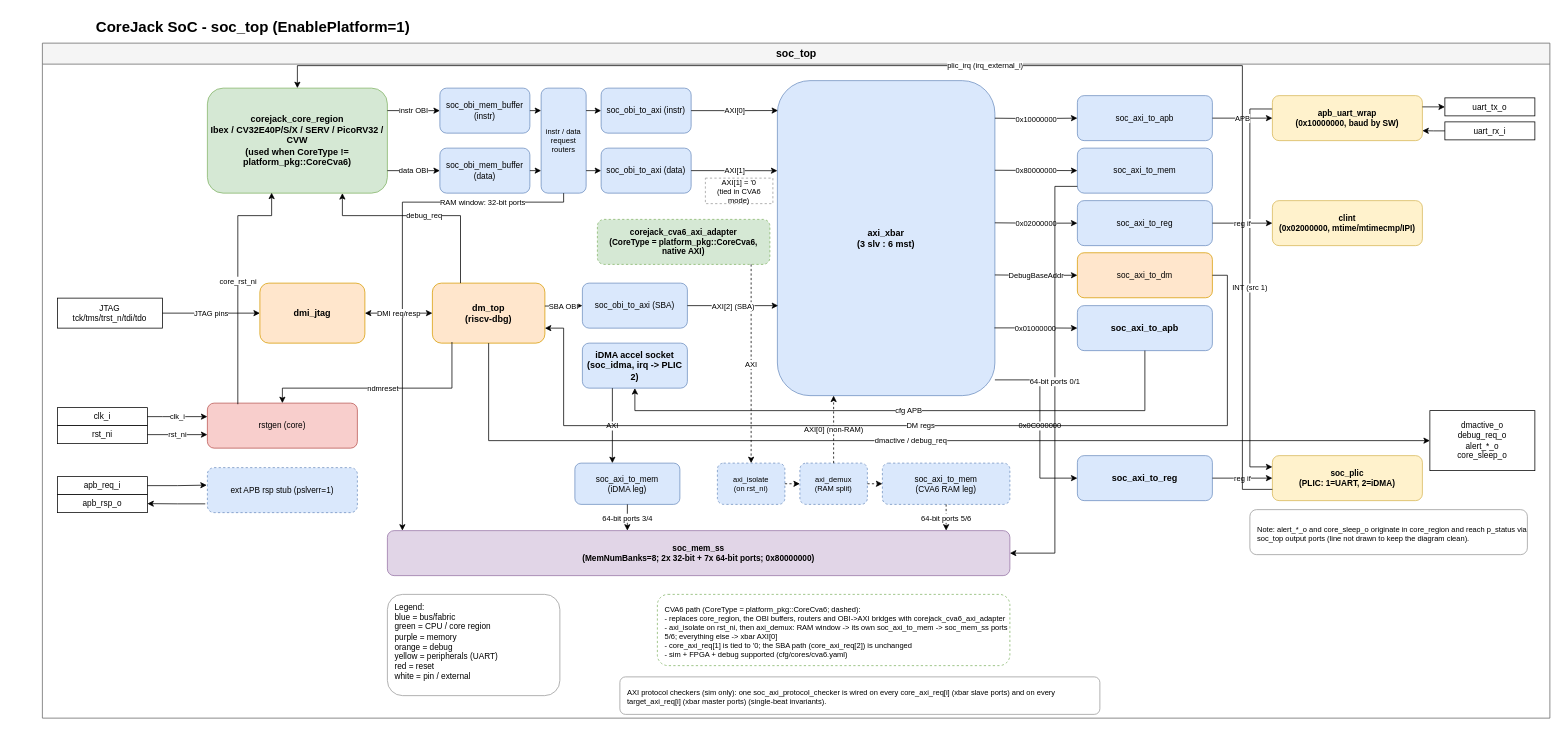
Before: page "SoC Top-Level" (1 of 8) of docs/source/media/corejack_soc.drawio in patrickerich/corejack, a draw.io diagram. Source tidied: cells renumbered, new cells numbered last; positions are measured from the earlier drawing's top-left corner, leaving out a move shared by most shapes. Both pictures are drawn from the tidied source at 75%, with x=0, y=0 at pixel (13, 13).
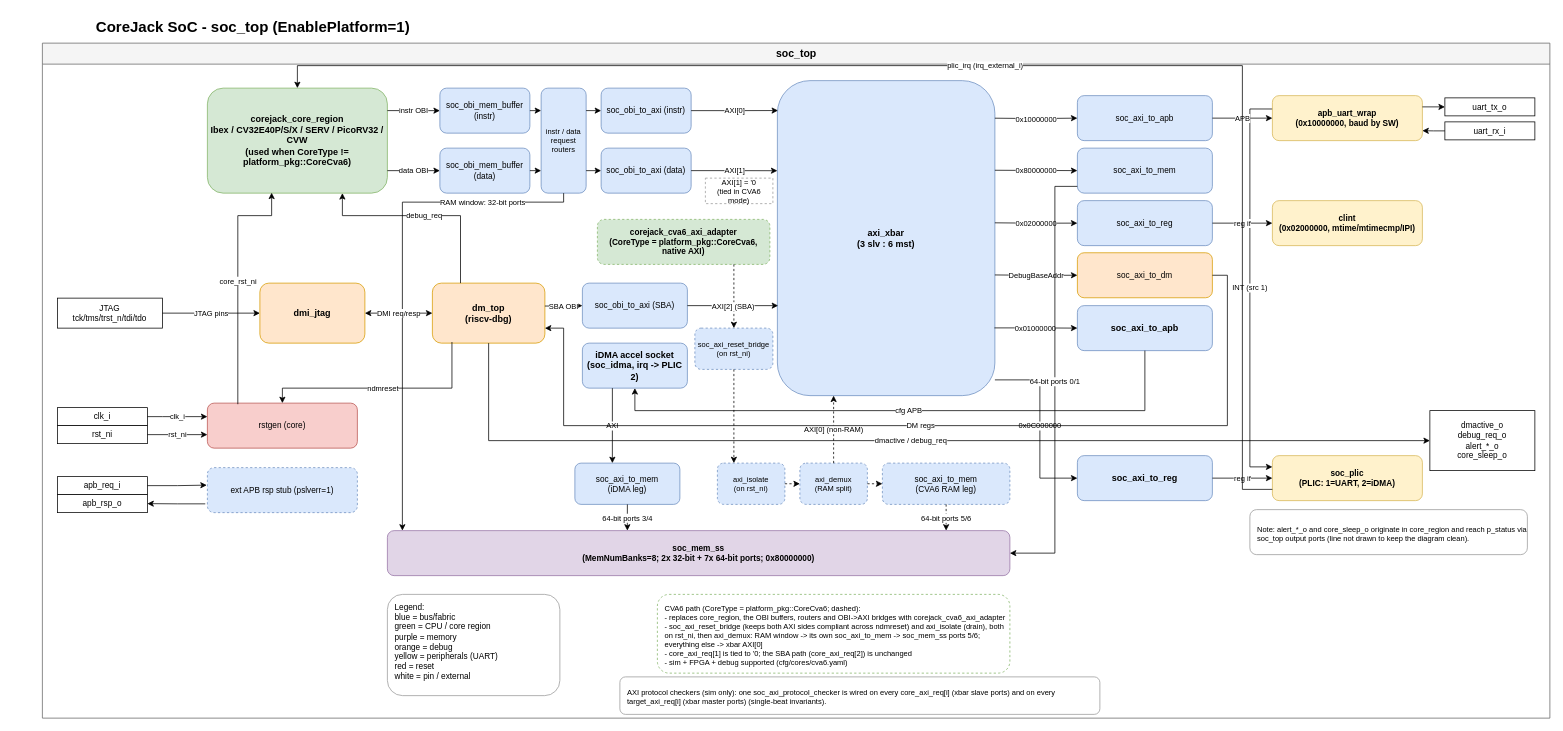
The same page after the edit.

Commit message (it also covers changes not shown here):
Show the CVA6 reset bridge in the SoC diagrams

Add soc_axi_reset_bridge between the CVA6 adapter and axi_isolate on
the SoC top-level and AXI fabric tabs, and say in the CVA6 note what
the bridge and the isolate stage each do.

The change refers to these unchanged cells:
```xml
<mxCell id="3" value="soc_top" style="swimlane;fontSize=14;fontStyle=1;html=1;startSize=28;fillColor=#F5F5F5;strokeColor=#666666;swimlaneFillColor=#FFFFFF;" parent="1" vertex="1">
  <mxGeometry x="39" y="40" width="2010" height="900" as="geometry" />
</mxCell>
<mxCell id="13" value="corejack_cva6_axi_adapter&#10;(CoreType = platform_pkg::CoreCva6, native AXI)" style="rounded=1;whiteSpace=wrap;html=1;fillColor=#d5e8d4;strokeColor=#82b366;fontSize=11;fontStyle=1;verticalAlign=middle;dashed=1;" parent="3" vertex="1">
  <mxGeometry x="740" y="235" width="230" height="60" as="geometry" />
</mxCell>
<mxCell id="14" value="axi_isolate&#10;(on rst_ni)" style="rounded=1;whiteSpace=wrap;html=1;fillColor=#dae8fc;strokeColor=#6c8ebf;fontSize=11;verticalAlign=middle;dashed=1;fontSize=10;" parent="3" vertex="1">
  <mxGeometry x="900" y="560" width="90" height="55" as="geometry" />
</mxCell>
```

Change to the diagram source:
```diff
@@
+    <mxCell id="89" value="soc_axi_reset_bridge&#10;(on rst_ni)" style="rounded=1;whiteSpace=wrap;html=1;fillColor=#dae8fc;strokeColor=#6c8ebf;fontSize=10;verticalAlign=middle;dashed=1;" parent="3" vertex="1">
+      <mxGeometry x="870" y="380" width="104" height="55" as="geometry" />
+    </mxCell>
@@
-    <mxCell id="18" value="CVA6 path (CoreType = platform_pkg::CoreCva6; dashed):&#10;- replaces core_region, the OBI buffers, routers and OBI-&gt;AXI bridges with corejack_cva6_axi_adapter&#10;- axi_isolate on rst_ni, then axi_demux: RAM window -&gt; its own soc_axi_to_mem -&gt; soc_mem_ss ports 5/6; everything else -&gt; xbar AXI[0]&#10;- core_axi_req[1] is tied to '0; the SBA path (core_axi_req[2]) is unchanged&#10;- sim + FPGA + debug supported (cfg/cores/cva6.yaml)" style="rounded=1;whiteSpace=wrap;html=1;fillColor=#FFFFFF;strokeColor=#82b366;fontSize=10;align=left;spacingLeft=8;spacingTop=4;dashed=1;" parent="3" vertex="1">
-      <mxGeometry x="820" y="735" width="470" height="95" as="geometry" />
+    <mxCell id="18" value="CVA6 path (CoreType = platform_pkg::CoreCva6; dashed):&#10;- replaces core_region, the OBI buffers, routers and OBI-&gt;AXI bridges with corejack_cva6_axi_adapter&#10;- soc_axi_reset_bridge (keeps both AXI sides compliant across ndmreset) and axi_isolate (drain), both on rst_ni, then axi_demux: RAM window -&gt; its own soc_axi_to_mem -&gt; soc_mem_ss ports 5/6; everything else -&gt; xbar AXI[0]&#10;- core_axi_req[1] is tied to '0; the SBA path (core_axi_req[2]) is unchanged&#10;- sim + FPGA + debug supported (cfg/cores/cva6.yaml)" style="rounded=1;whiteSpace=wrap;html=1;fillColor=#FFFFFF;strokeColor=#82b366;fontSize=10;align=left;spacingLeft=8;spacingTop=4;dashed=1;" parent="3" vertex="1">
+      <mxGeometry x="820" y="735" width="470" height="105" as="geometry" />
     </mxCell>
@@
+    <mxCell id="90" style="endArrow=classic;html=1;edgeStyle=orthogonalEdgeStyle;rounded=0;fontSize=10;dashed=1;exitX=0.5;exitY=1;entryX=0.2444;entryY=0;" parent="3" edge="1" source="89" target="14">
+      <mxGeometry relative="1" as="geometry" />
+    </mxCell>
@@
-    <mxCell id="62" value="AXI" style="endArrow=classic;html=1;edgeStyle=orthogonalEdgeStyle;rounded=0;fontSize=10;dashed=1;exitX=0.8913;exitY=1;entryX=0.5;entryY=0;" parent="3" edge="1" source="13" target="14">
+    <mxCell id="62" style="endArrow=classic;html=1;edgeStyle=orthogonalEdgeStyle;rounded=0;fontSize=10;dashed=1;exitX=0.7913;exitY=1;entryX=0.5;entryY=0;" parent="3" edge="1" source="13" target="89">
       <mxGeometry relative="1" as="geometry" />
     </mxCell>
```
